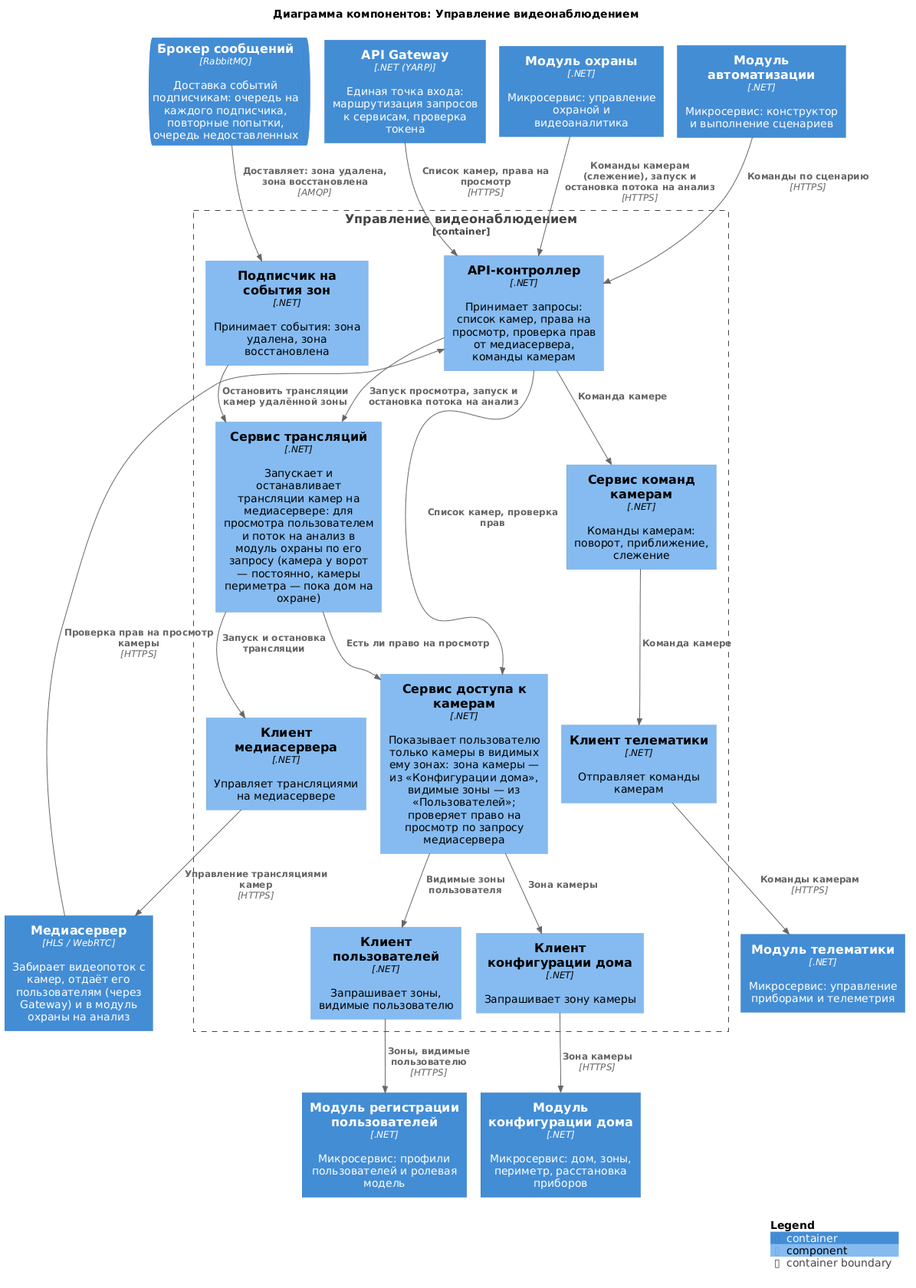
Before: diagrams/components/video-control.png, a diagram exported from PlantUML (Lyamin-av/architecture-warmhouse). The source it was exported from:
```plantuml
@startuml video-control
!include <C4/C4_Component>

title Диаграмма компонентов: Управление видеонаблюдением

Container(Gateway, "API Gateway", ".NET (YARP)", "Единая точка входа: маршрутизация запросов к сервисам, проверка токена")
Container(MediaServer, "Медиасервер", "HLS / WebRTC", "Забирает видеопоток с камер, отдаёт его пользователям (через Gateway) и в модуль охраны на анализ")
Container(Security, "Модуль охраны", ".NET", "Микросервис: управление охраной и видеоаналитика")
Container(Automation, "Модуль автоматизации", ".NET", "Микросервис: конструктор и выполнение сценариев")
Container(HouseConfigurator, "Модуль конфигурации дома", ".NET", "Микросервис: дом, зоны, периметр, расстановка приборов")
Container(Users, "Модуль регистрации пользователей", ".NET", "Микросервис: профили пользователей и ролевая модель")
Container(Telematics, "Модуль телематики", ".NET", "Микросервис: управление приборами и телеметрия")
ContainerQueue(Broker, "Брокер сообщений", "RabbitMQ", "Доставка событий подписчикам: очередь на каждого подписчика, повторные попытки, очередь недоставленных")

Container_Boundary(VideoControl, "Управление видеонаблюдением") {
    Component(api, "API-контроллер", ".NET", "Принимает запросы: список камер, права на просмотр, проверка прав от медиасервера, команды камерам")
    Component(access, "Сервис доступа к камерам", ".NET", "Показывает пользователю только камеры в видимых ему зонах: зона камеры — из «Конфигурации дома», видимые зоны — из «Пользователей»; проверяет право на просмотр по запросу медиасервера")
    Component(streams, "Сервис трансляций", ".NET", "Запускает и останавливает трансляции камер на медиасервере: для просмотра пользователем и поток на анализ в модуль охраны по его запросу (камера у ворот — постоянно, камеры периметра — пока дом на охране)")
    Component(commands, "Сервис команд камерам", ".NET", "Команды камерам: поворот, приближение, слежение")
    Component(subscriber, "Подписчик на события зон", ".NET", "Принимает события: зона удалена, зона восстановлена")
    Component(hcClient, "Клиент конфигурации дома", ".NET", "Запрашивает зону камеры")
    Component(usersClient, "Клиент пользователей", ".NET", "Запрашивает зоны, видимые пользователю")
    Component(mediaClient, "Клиент медиасервера", ".NET", "Управляет трансляциями на медиасервере")
    Component(tmClient, "Клиент телематики", ".NET", "Отправляет команды камерам")
}

Rel(Gateway, api, "Список камер, права на просмотр", "HTTPS")
Rel(MediaServer, api, "Проверка прав на просмотр камеры", "HTTPS")
Rel(Security, api, "Команды камерам (слежение), запуск и остановка потока на анализ", "HTTPS")
Rel(Automation, api, "Команды по сценарию", "HTTPS")
Rel(Broker, subscriber, "Доставляет: зона удалена, зона восстановлена", "AMQP")

Rel(api, access, "Список камер, проверка прав")
Rel(api, streams, "Запуск просмотра, запуск и остановка потока на анализ")
Rel(api, commands, "Команда камере")
Rel(streams, access, "Есть ли право на просмотр")
Rel(subscriber, streams, "Остановить трансляции камер удалённой зоны")

Rel(access, hcClient, "Зона камеры")
Rel(access, usersClient, "Видимые зоны пользователя")
Rel(streams, mediaClient, "Запуск и остановка трансляции")
Rel(commands, tmClient, "Команда камере")

Rel(hcClient, HouseConfigurator, "Зона камеры", "HTTPS")
Rel(usersClient, Users, "Зоны, видимые пользователю", "HTTPS")
Rel(mediaClient, MediaServer, "Управление трансляциями камер", "HTTPS")
Rel(tmClient, Telematics, "Команды камерам", "HTTPS")

SHOW_LEGEND()
@enduml
```
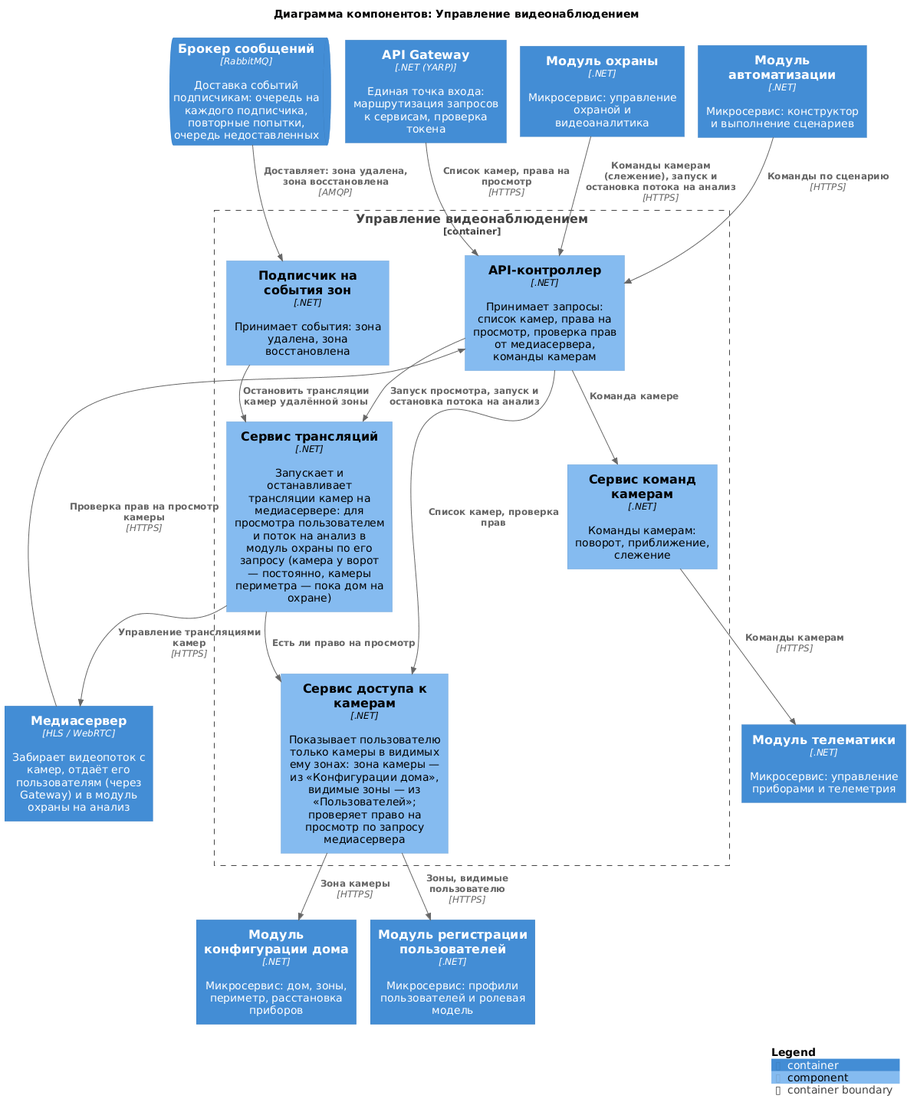
Later version of the same file.

Change to the diagram source:
```diff
@@ -18,10 +18,6 @@
     Component(streams, "Сервис трансляций", ".NET", "Запускает и останавливает трансляции камер на медиасервере: для просмотра пользователем и поток на анализ в модуль охраны по его запросу (камера у ворот — постоянно, камеры периметра — пока дом на охране)")
     Component(commands, "Сервис команд камерам", ".NET", "Команды камерам: поворот, приближение, слежение")
     Component(subscriber, "Подписчик на события зон", ".NET", "Принимает события: зона удалена, зона восстановлена")
-    Component(hcClient, "Клиент конфигурации дома", ".NET", "Запрашивает зону камеры")
-    Component(usersClient, "Клиент пользователей", ".NET", "Запрашивает зоны, видимые пользователю")
-    Component(mediaClient, "Клиент медиасервера", ".NET", "Управляет трансляциями на медиасервере")
-    Component(tmClient, "Клиент телематики", ".NET", "Отправляет команды камерам")
 }
 
 Rel(Gateway, api, "Список камер, права на просмотр", "HTTPS")
@@ -36,15 +32,11 @@
 Rel(streams, access, "Есть ли право на просмотр")
 Rel(subscriber, streams, "Остановить трансляции камер удалённой зоны")
 
-Rel(access, hcClient, "Зона камеры")
-Rel(access, usersClient, "Видимые зоны пользователя")
-Rel(streams, mediaClient, "Запуск и остановка трансляции")
-Rel(commands, tmClient, "Команда камере")
+Rel(access, HouseConfigurator, "Зона камеры", "HTTPS")
+Rel(access, Users, "Зоны, видимые пользователю", "HTTPS")
+Rel(streams, MediaServer, "Управление трансляциями камер", "HTTPS")
+Rel(commands, Telematics, "Команды камерам", "HTTPS")
 
-Rel(hcClient, HouseConfigurator, "Зона камеры", "HTTPS")
-Rel(usersClient, Users, "Зоны, видимые пользователю", "HTTPS")
-Rel(mediaClient, MediaServer, "Управление трансляциями камер", "HTTPS")
-Rel(tmClient, Telematics, "Команды камерам", "HTTPS")
 
 SHOW_LEGEND()
 @enduml
```
